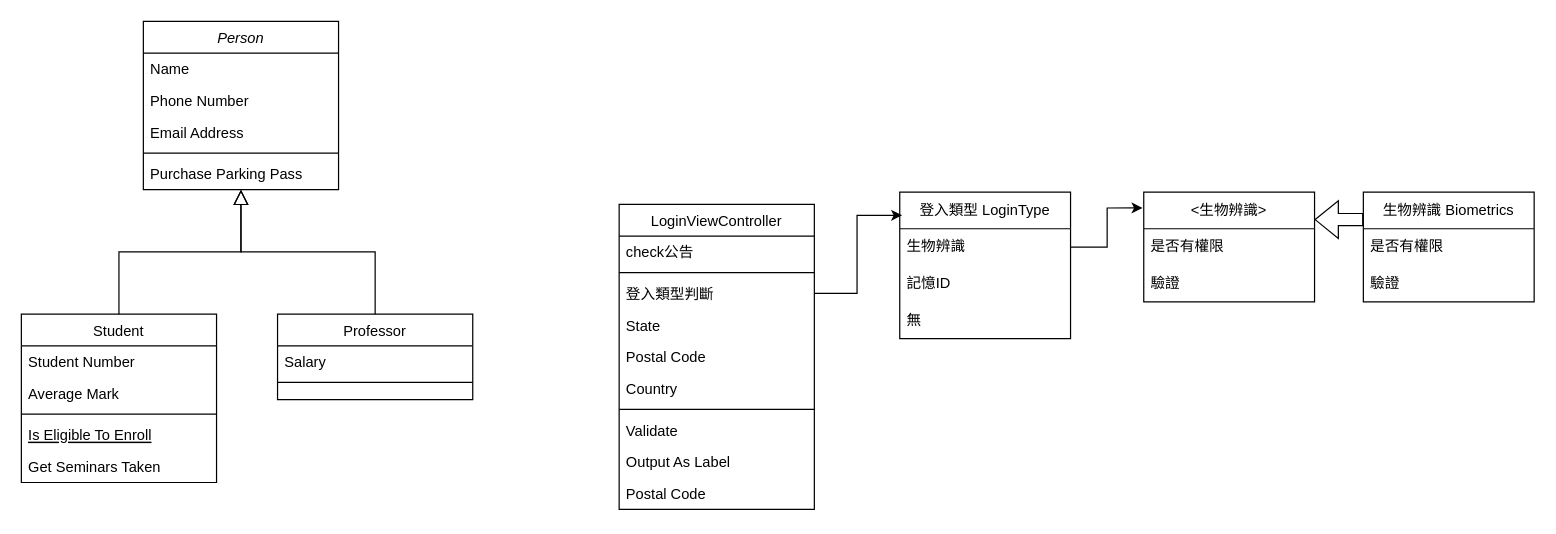
This is page "Page-1" (1 of 2) of 2/登入.drawio from CapitalMobile/swift_giselle_practice, a draw.io file, before an edit. Source tidied: cells renumbered, new cells numbered last; positions are measured from the earlier drawing's top-left corner, leaving out a move shared by most shapes. Both pictures are drawn from the tidied source at 122%, with x=0, y=0 at pixel (21, 21).
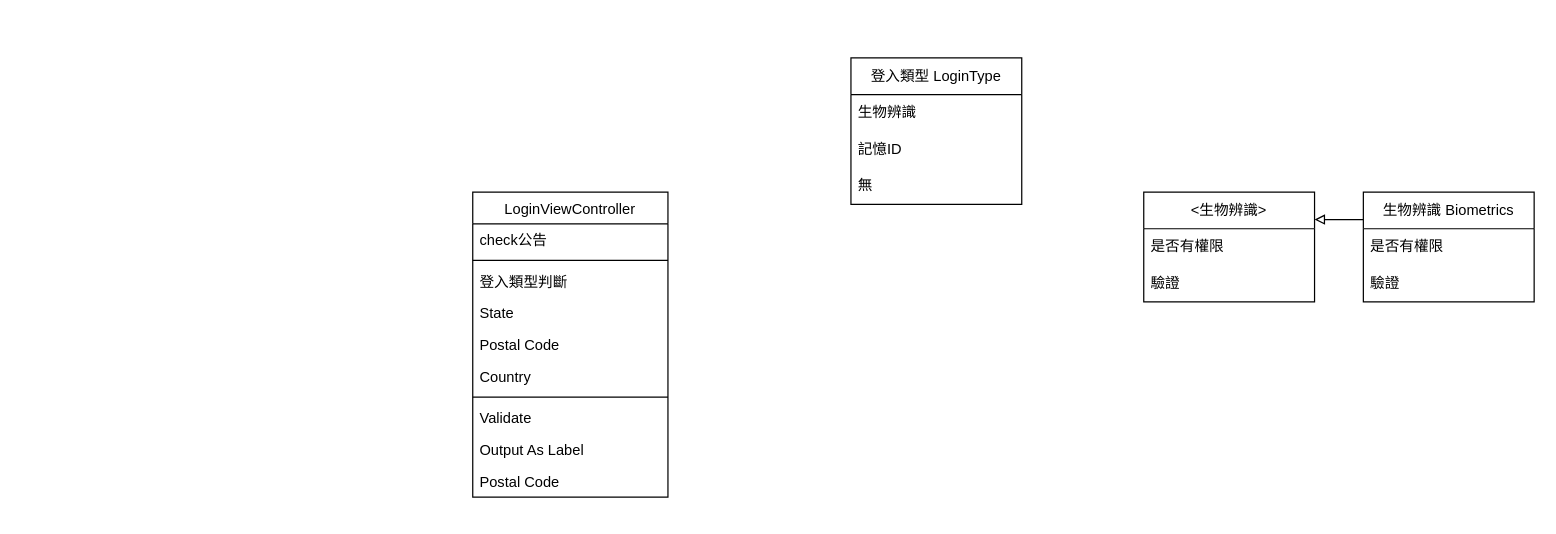
Above is the later version.

The change refers to these unchanged cells:
```xml
<mxCell id="22" value="登入類型判斷" style="text;align=left;verticalAlign=top;spacingLeft=4;spacingRight=4;overflow=hidden;points=[[0,0.5],[1,0.5]];portConstraint=eastwest;rounded=0;shadow=0;html=0;" parent="19" vertex="1">
  <mxGeometry y="60" width="160" height="26" as="geometry" />
</mxCell>
<mxCell id="31" value="生物辨識" style="text;strokeColor=none;fillColor=none;align=left;verticalAlign=middle;spacingLeft=4;spacingRight=4;overflow=hidden;points=[[0,0.5],[1,0.5]];portConstraint=eastwest;whiteSpace=wrap;html=1;" parent="30" vertex="1">
  <mxGeometry y="30" width="140" height="30" as="geometry" />
</mxCell>
<mxCell id="36" value="生物辨識 Biometrics" style="swimlane;fontStyle=0;horizontal=1;startSize=30;whiteSpace=wrap;html=1;" parent="1" vertex="1">
  <mxGeometry x="1100" y="140" width="140" height="90" as="geometry" />
</mxCell>
<mxCell id="39" value="&amp;lt;生物辨識&amp;gt;" style="swimlane;fontStyle=0;horizontal=1;startSize=30;whiteSpace=wrap;html=1;" parent="1" vertex="1">
  <mxGeometry x="920" y="140" width="140" height="90" as="geometry" />
</mxCell>
```

Change to the diagram source:
```diff
@@
-    <mxCell id="2" value="Person" style="swimlane;fontStyle=2;align=center;verticalAlign=top;horizontal=1;startSize=26;rounded=0;shadow=0;strokeWidth=1;" parent="1" vertex="1">
-      <mxGeometry x="100" width="160" height="138" as="geometry" />
-    </mxCell>
-    <mxCell id="3" value="Name" style="text;align=left;verticalAlign=top;spacingLeft=4;spacingRight=4;overflow=hidden;" parent="2" vertex="1">
-      <mxGeometry y="26" width="160" height="26" as="geometry" />
-    </mxCell>
-    <mxCell id="4" value="Phone Number" style="text;align=left;verticalAlign=top;spacingLeft=4;spacingRight=4;overflow=hidden;rounded=0;shadow=0;html=0;" parent="2" vertex="1">
-      <mxGeometry y="52" width="160" height="26" as="geometry" />
-    </mxCell>
-    <mxCell id="5" value="Email Address" style="text;align=left;verticalAlign=top;spacingLeft=4;spacingRight=4;overflow=hidden;rounded=0;shadow=0;html=0;" parent="2" vertex="1">
-      <mxGeometry y="78" width="160" height="26" as="geometry" />
-    </mxCell>
-    <mxCell id="6" style="line;html=1;strokeWidth=1;align=left;verticalAlign=middle;spacingTop=-1;spacingLeft=3;spacingRight=3;labelPosition=right;" parent="2" vertex="1">
-      <mxGeometry y="104" width="160" height="8" as="geometry" />
-    </mxCell>
-    <mxCell id="7" value="Purchase Parking Pass" style="text;align=left;verticalAlign=top;spacingLeft=4;spacingRight=4;overflow=hidden;" parent="2" vertex="1">
-      <mxGeometry y="112" width="160" height="26" as="geometry" />
-    </mxCell>
-    <mxCell id="8" value="Student" style="swimlane;fontStyle=0;align=center;verticalAlign=top;horizontal=1;startSize=26;rounded=0;shadow=0;strokeWidth=1;" parent="1" vertex="1">
-      <mxGeometry y="240" width="160" height="138" as="geometry" />
-    </mxCell>
-    <mxCell id="9" value="Student Number" style="text;align=left;verticalAlign=top;spacingLeft=4;spacingRight=4;overflow=hidden;" parent="8" vertex="1">
-      <mxGeometry y="26" width="160" height="26" as="geometry" />
-    </mxCell>
-    <mxCell id="10" value="Average Mark" style="text;align=left;verticalAlign=top;spacingLeft=4;spacingRight=4;overflow=hidden;rounded=0;shadow=0;html=0;" parent="8" vertex="1">
-      <mxGeometry y="52" width="160" height="26" as="geometry" />
-    </mxCell>
-    <mxCell id="11" style="line;html=1;strokeWidth=1;align=left;verticalAlign=middle;spacingTop=-1;spacingLeft=3;spacingRight=3;labelPosition=right;" parent="8" vertex="1">
-      <mxGeometry y="78" width="160" height="8" as="geometry" />
-    </mxCell>
-    <mxCell id="12" value="Is Eligible To Enroll" style="text;align=left;verticalAlign=top;spacingLeft=4;spacingRight=4;overflow=hidden;fontStyle=4;" parent="8" vertex="1">
-      <mxGeometry y="86" width="160" height="26" as="geometry" />
-    </mxCell>
-    <mxCell id="13" value="Get Seminars Taken" style="text;align=left;verticalAlign=top;spacingLeft=4;spacingRight=4;overflow=hidden;" parent="8" vertex="1">
-      <mxGeometry y="112" width="160" height="26" as="geometry" />
-    </mxCell>
-    <mxCell id="14" style="endArrow=block;endSize=10;endFill=0;shadow=0;strokeWidth=1;rounded=0;edgeStyle=elbowEdgeStyle;elbow=vertical;" parent="1" edge="1" source="8" target="2">
-      <mxGeometry relative="1" as="geometry" />
-    </mxCell>
-    <mxCell id="15" value="Professor" style="swimlane;fontStyle=0;align=center;verticalAlign=top;horizontal=1;startSize=26;rounded=0;shadow=0;strokeWidth=1;" parent="1" vertex="1">
-      <mxGeometry x="210" y="240" width="160" height="70" as="geometry" />
-    </mxCell>
-    <mxCell id="16" value="Salary" style="text;align=left;verticalAlign=top;spacingLeft=4;spacingRight=4;overflow=hidden;" parent="15" vertex="1">
-      <mxGeometry y="26" width="160" height="26" as="geometry" />
-    </mxCell>
-    <mxCell id="17" style="line;html=1;strokeWidth=1;align=left;verticalAlign=middle;spacingTop=-1;spacingLeft=3;spacingRight=3;labelPosition=right;" parent="15" vertex="1">
-      <mxGeometry y="52" width="160" height="8" as="geometry" />
-    </mxCell>
-    <mxCell id="18" style="endArrow=block;endSize=10;endFill=0;shadow=0;strokeWidth=1;rounded=0;edgeStyle=elbowEdgeStyle;elbow=vertical;" parent="1" edge="1" source="15" target="2">
-      <mxGeometry relative="1" as="geometry" />
-    </mxCell>
     <mxCell id="19" value="LoginViewController" style="swimlane;fontStyle=0;align=center;verticalAlign=top;horizontal=1;startSize=26;rounded=0;shadow=0;strokeWidth=1;" parent="1" vertex="1">
-      <mxGeometry x="490" y="150" width="160" height="250" as="geometry" />
+      <mxGeometry x="370" y="140" width="160" height="250" as="geometry" />
     </mxCell>
@@
     <mxCell id="30" value="登入類型 LoginType" style="swimlane;fontStyle=0;horizontal=1;startSize=30;whiteSpace=wrap;html=1;" parent="1" vertex="1">
-      <mxGeometry x="720" y="140" width="140" height="120" as="geometry" />
+      <mxGeometry x="680" y="30" width="140" height="120" as="geometry" />
     </mxCell>
@@
-    <mxCell id="34" style="edgeStyle=orthogonalEdgeStyle;rounded=0;jettySize=auto;html=1;entryX=0.014;entryY=0.158;entryDx=0;entryDy=0;entryPerimeter=0;" parent="1" edge="1" source="22" target="30">
-      <mxGeometry relative="1" as="geometry" />
-    </mxCell>
-    <mxCell id="35" style="edgeStyle=orthogonalEdgeStyle;rounded=0;jettySize=auto;html=1;exitX=0;exitY=0.25;exitDx=0;exitDy=0;entryX=1;entryY=0.25;entryDx=0;entryDy=0;shape=flexArrow;" parent="1" edge="1" source="36" target="39">
+    <mxCell id="35" style="edgeStyle=orthogonalEdgeStyle;rounded=0;jettySize=auto;html=1;exitX=0;exitY=0.25;exitDx=0;exitDy=0;entryX=1;entryY=0.25;entryDx=0;entryDy=0;endArrow=block;endFill=0;" parent="1" edge="1" source="36" target="39">
       <mxGeometry relative="1" as="geometry" />
     </mxCell>
@@
-    <mxCell id="42" style="edgeStyle=orthogonalEdgeStyle;rounded=0;jettySize=auto;html=1;entryX=-0.007;entryY=0.144;entryDx=0;entryDy=0;entryPerimeter=0;" parent="1" edge="1" source="31" target="39">
-      <mxGeometry relative="1" as="geometry" />
-    </mxCell>
```
